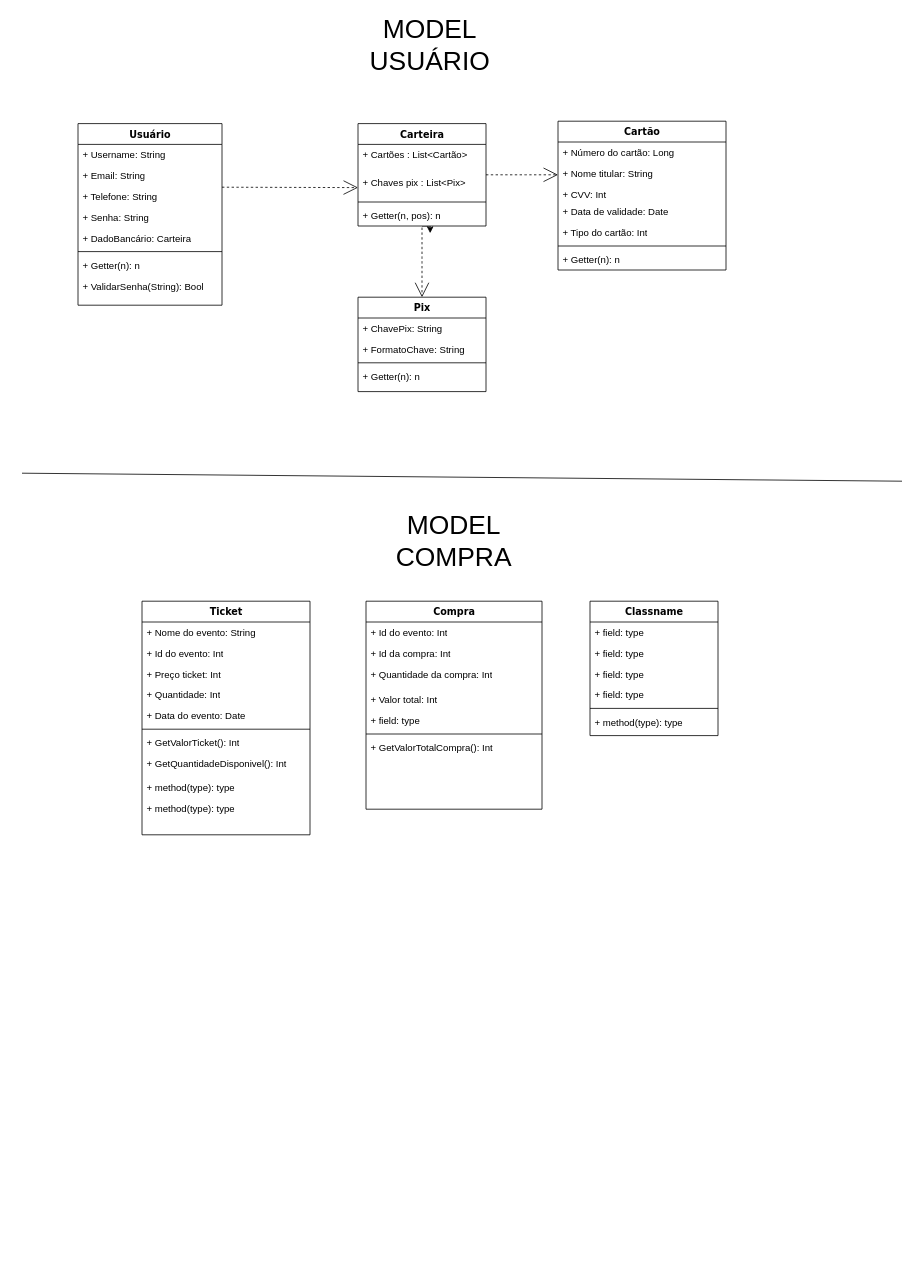
This is Tickets System.drawio from gomesyurii/Evolucao-de-software, a draw.io file, before an edit. Source tidied: cells renumbered, new cells numbered last; positions are measured from the earlier drawing's top-left corner, leaving out a move shared by most shapes. Both pictures are drawn from the tidied source at 80%, with x=0, y=0 at pixel (22, 33).
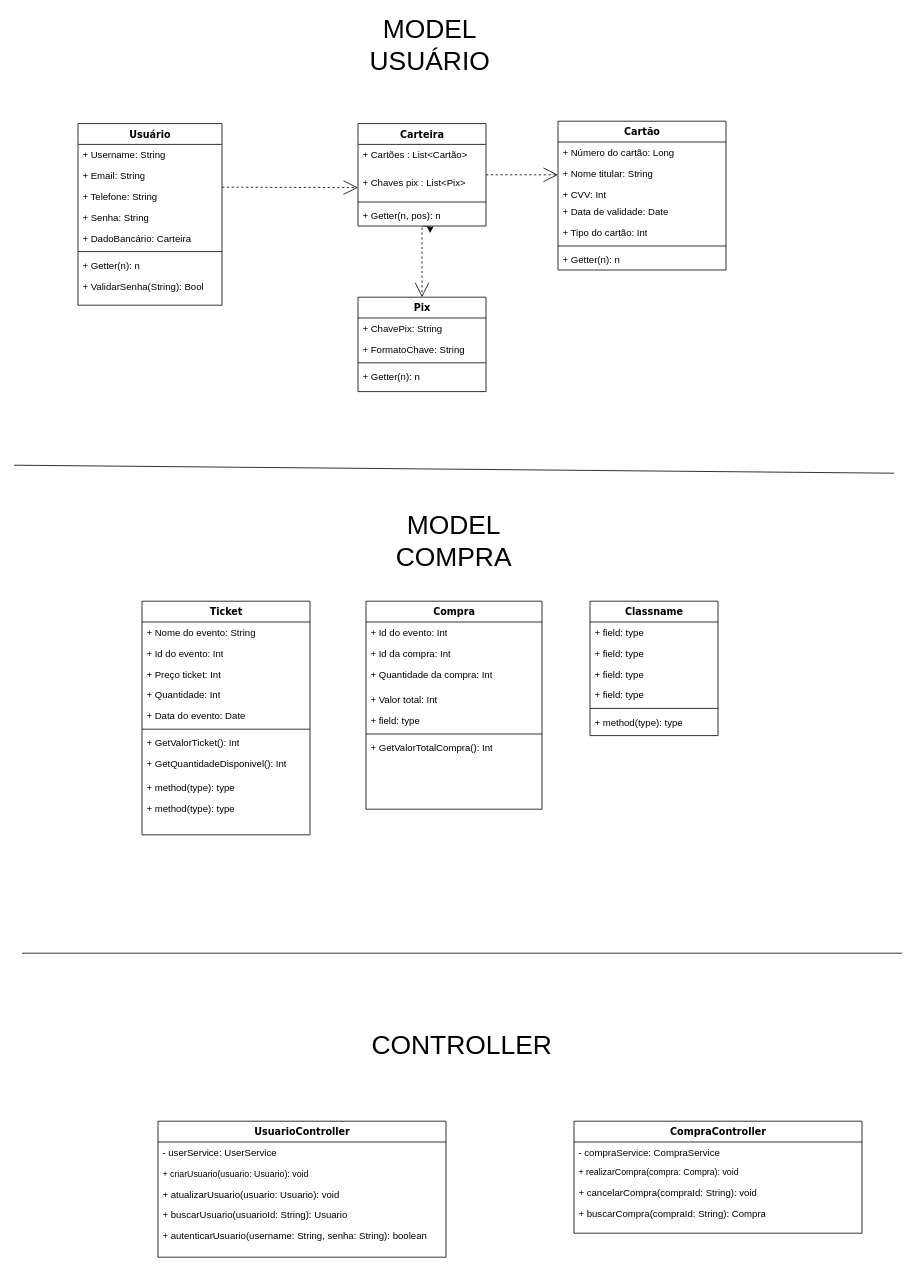
The same diagram, later.

Commit message:
Adicionando os Controllers

What changed in the source:
```diff
@@
     <mxCell id="59" style="endArrow=none;html=1;rounded=0;" parent="1" edge="1">
       <mxGeometry relative="1" as="geometry">
-        <mxPoint y="550" as="sourcePoint" />
-        <mxPoint x="1100" y="560" as="targetPoint" />
+        <mxPoint x="-10" y="540" as="sourcePoint" />
+        <mxPoint x="1090" y="550" as="targetPoint" />
       </mxGeometry>
     </mxCell>
@@
+    <mxCell id="62" style="endArrow=none;html=1;rounded=0;" parent="1" edge="1">
+      <mxGeometry relative="1" as="geometry">
+        <mxPoint y="1150" as="sourcePoint" />
+        <mxPoint x="1100" y="1150" as="targetPoint" />
+      </mxGeometry>
+    </mxCell>
+    <mxCell id="63" value="&lt;font style=&quot;font-size: 33px;&quot;&gt;CONTROLLER&lt;/font&gt;" style="text;html=1;align=center;verticalAlign=middle;whiteSpace=wrap;rounded=0;" parent="1" vertex="1">
+      <mxGeometry x="520" y="1250" width="60" height="30" as="geometry" />
+    </mxCell>
+    <mxCell id="64" value="UsuarioController" style="swimlane;html=1;fontStyle=1;align=center;verticalAlign=top;horizontal=1;startSize=26;swimlaneFillColor=#ffffff;rounded=0;shadow=0;comic=0;labelBackgroundColor=none;strokeWidth=1;fillColor=none;fontFamily=Verdana;fontSize=12;" parent="1" vertex="1">
+      <mxGeometry x="170" y="1360" width="360" height="170" as="geometry" />
+    </mxCell>
+    <mxCell id="65" value="-&amp;nbsp;userService: UserService" style="text;html=1;strokeColor=none;fillColor=none;align=left;verticalAlign=top;spacingLeft=4;spacingRight=4;whiteSpace=wrap;overflow=hidden;" parent="64" vertex="1">
+      <mxGeometry y="26" width="360" height="26" as="geometry" />
+    </mxCell>
+    <mxCell id="66" value="&lt;font style=&quot;font-size: 11px;&quot;&gt;+ criarUsuario(usuario: Usuario): void&lt;/font&gt;" style="text;html=1;strokeColor=none;fillColor=none;align=left;verticalAlign=top;spacingLeft=4;spacingRight=4;whiteSpace=wrap;overflow=hidden;" parent="64" vertex="1">
+      <mxGeometry y="52" width="360" height="26" as="geometry" />
+    </mxCell>
+    <mxCell id="67" value="+ atualizarUsuario(usuario: Usuario): void" style="text;html=1;strokeColor=none;fillColor=none;align=left;verticalAlign=top;spacingLeft=4;spacingRight=4;whiteSpace=wrap;overflow=hidden;" parent="64" vertex="1">
+      <mxGeometry y="78" width="360" height="26" as="geometry" />
+    </mxCell>
+    <mxCell id="68" value="+ buscarUsuario(usuarioId: String): Usuario" style="text;html=1;strokeColor=none;fillColor=none;align=left;verticalAlign=top;spacingLeft=4;spacingRight=4;whiteSpace=wrap;overflow=hidden;" parent="64" vertex="1">
+      <mxGeometry y="104" width="360" height="26" as="geometry" />
+    </mxCell>
+    <mxCell id="69" value="+ autenticarUsuario(username: String, senha: String): boolean" style="text;html=1;strokeColor=none;fillColor=none;align=left;verticalAlign=top;spacingLeft=4;spacingRight=4;whiteSpace=wrap;overflow=hidden;" parent="64" vertex="1">
+      <mxGeometry y="130" width="360" height="26" as="geometry" />
+    </mxCell>
+    <mxCell id="70" value="CompraController" style="swimlane;html=1;fontStyle=1;align=center;verticalAlign=top;horizontal=1;startSize=26;swimlaneFillColor=#ffffff;rounded=0;shadow=0;comic=0;labelBackgroundColor=none;strokeWidth=1;fillColor=none;fontFamily=Verdana;fontSize=12;" parent="1" vertex="1">
+      <mxGeometry x="690" y="1360" width="360" height="140" as="geometry" />
+    </mxCell>
+    <mxCell id="71" value="- compraService: CompraService" style="text;html=1;strokeColor=none;fillColor=none;align=left;verticalAlign=top;spacingLeft=4;spacingRight=4;whiteSpace=wrap;overflow=hidden;" parent="70" vertex="1">
+      <mxGeometry y="26" width="360" height="24" as="geometry" />
+    </mxCell>
+    <mxCell id="72" value="&lt;font style=&quot;font-size: 11px;&quot;&gt;+ realizarCompra(compra: Compra): void&amp;nbsp;&lt;/font&gt;" style="text;html=1;strokeColor=none;fillColor=none;align=left;verticalAlign=top;spacingLeft=4;spacingRight=4;whiteSpace=wrap;overflow=hidden;" parent="70" vertex="1">
+      <mxGeometry y="50" width="360" height="26" as="geometry" />
+    </mxCell>
+    <mxCell id="73" value="+ cancelarCompra(compraId: String): void" style="text;html=1;strokeColor=none;fillColor=none;align=left;verticalAlign=top;spacingLeft=4;spacingRight=4;whiteSpace=wrap;overflow=hidden;" parent="70" vertex="1">
+      <mxGeometry y="76" width="360" height="26" as="geometry" />
+    </mxCell>
+    <mxCell id="74" value="+ buscarCompra(compraId: String): Compra" style="text;html=1;strokeColor=none;fillColor=none;align=left;verticalAlign=top;spacingLeft=4;spacingRight=4;whiteSpace=wrap;overflow=hidden;" parent="70" vertex="1">
+      <mxGeometry y="102" width="360" height="26" as="geometry" />
+    </mxCell>
```
